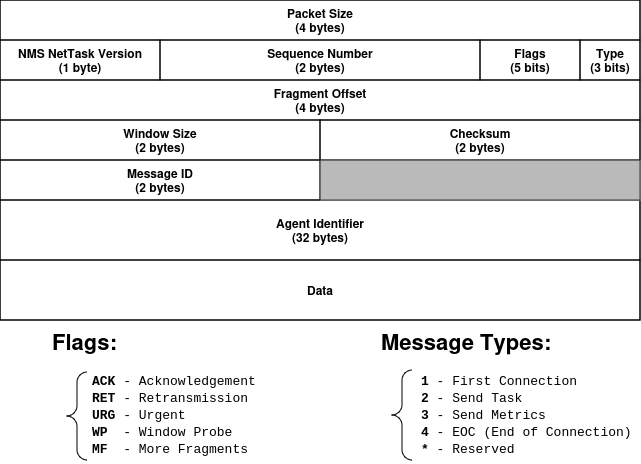
Above: report/img/nettask_header.png in migueltc13/project-CC (draw.io), before the change. Source tidied: cells renumbered, new cells last; positions are measured from the earlier drawing's top-left corner, leaving out a move shared by most shapes.
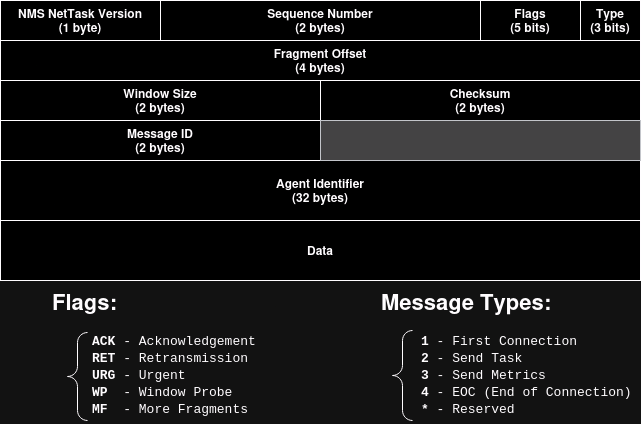
After the change.

Commit message:
Update NetTask header: remove packet_size field

What changed in the source:
```diff
@@ -3,11 +3,8 @@
     <mxCell id="0" />
     <mxCell id="1" parent="0" />
     <mxCell id="2" style="rounded=0;whiteSpace=wrap;html=1;" parent="1" vertex="1">
-      <mxGeometry width="640" height="320" as="geometry" />
+      <mxGeometry y="40" width="640" height="280" as="geometry" />
     </mxCell>
-    <mxCell id="3" value="&lt;b&gt;Packet Size&lt;br&gt;(4 bytes)&lt;/b&gt;" style="text;html=1;align=center;verticalAlign=middle;whiteSpace=wrap;rounded=0;strokeColor=default;" parent="1" vertex="1">
-      <mxGeometry width="640" height="40" as="geometry" />
-    </mxCell>
     <mxCell id="4" value="&lt;b&gt;NMS NetTask Version&lt;br&gt;(1 byte)&lt;/b&gt;" style="text;html=1;align=center;verticalAlign=middle;whiteSpace=wrap;rounded=0;strokeColor=default;" parent="1" vertex="1">
       <mxGeometry y="40" width="160" height="40" as="geometry" />
     </mxCell>
```
